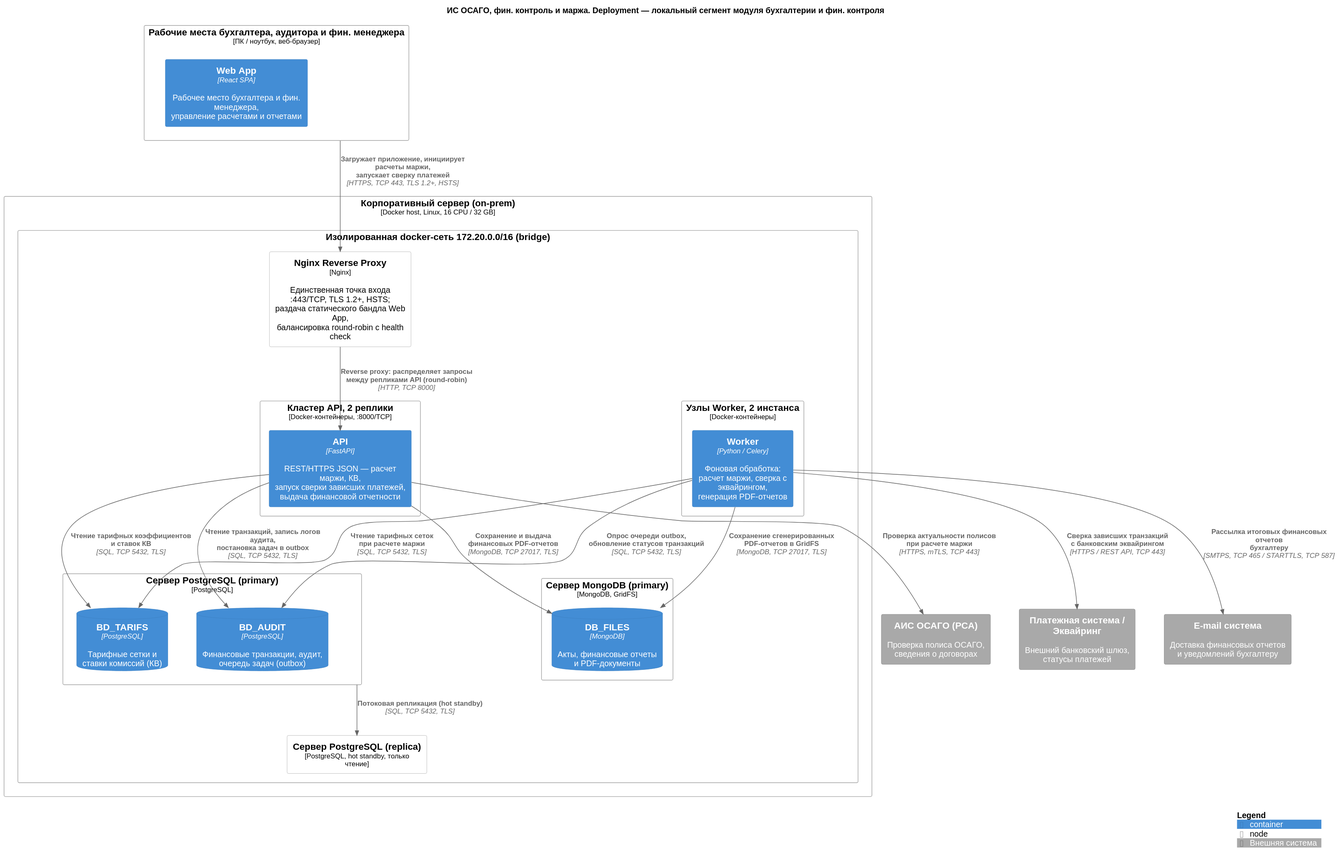
This is architecture/docs/images/uscov_worker/deployment.svg from ElectricLight-ELO/Insurance-system, a PlantUML export, as it was before one commit. Source of this version:
```plantuml
@startuml
!include ../core/C4_Deployment.puml

title ИС ОСАГО, фин. контроль и маржа. Deployment — локальный сегмент модуля бухгалтерии и фин. контроля

LAYOUT_TOP_DOWN()

Deployment_Node(workstation, "Рабочие места бухгалтера, аудитора и фин. менеджера", "ПК / ноутбук, веб-браузер") {
    Container(web_app, "Web App", "React SPA", "Рабочее место бухгалтера и фин. менеджера,\nуправление расчетами и отчетами")
}

Deployment_Node(server, "Корпоративный сервер (on-prem)", "Docker host, Linux, 16 CPU / 32 GB") {
    Deployment_Node(net, "Изолированная docker-сеть 172.20.0.0/16 (bridge)") {

        Deployment_Node(nginx_node, "Nginx Reverse Proxy", "Nginx", "Единственная точка входа :443/TCP, TLS 1.2+, HSTS;\nраздача статического бандла Web App,\nбалансировка round-robin с health check")

        Deployment_Node(api_cluster, "Кластер API, 2 реплики", "Docker-контейнеры, :8000/TCP") {
            Container(api, "API", "FastAPI", "REST/HTTPS JSON — расчет маржи, КВ,\nзапуск сверки зависших платежей,\nвыдача финансовой отчетности")
        }

        Deployment_Node(worker_cluster, "Узлы Worker, 2 инстанса", "Docker-контейнеры") {
            Container(worker, "Worker", "Python / Celery", "Фоновая обработка:\nрасчет маржи, сверка с эквайрингом,\nгенерация PDF-отчетов")
        }

        Deployment_Node(pg_primary, "Сервер PostgreSQL (primary)", "PostgreSQL") {
            ContainerDb(db_tarifs, "BD_TARIFS", "PostgreSQL", "Тарифные сетки и\nставки комиссий (КВ)")
            ContainerDb(db_audit, "BD_AUDIT", "PostgreSQL", "Финансовые транзакции, аудит,\nочередь задач (outbox)")
        }

        Deployment_Node(pg_replica, "Сервер PostgreSQL (replica)", "PostgreSQL, hot standby, только чтение")

        Deployment_Node(mongo_primary, "Сервер MongoDB (primary)", "MongoDB, GridFS") {
            ContainerDb(db_files, "DB_FILES", "MongoDB", "Акты, финансовые отчеты\nи PDF-документы")
        }
    }
}

System_Ext(ais_osago, "АИС ОСАГО (РСА)", "Проверка полиса ОСАГО,\nсведения о договорах", $tags="ext")
System_Ext(payment_sys, "Платежная система / Эквайринг", "Внешний банковский шлюз,\nстатусы платежей", $tags="ext")
System_Ext(email_sys, "E-mail система", "Доставка финансовых отчетов\nи уведомлений бухгалтеру", $tags="ext")

Rel(workstation, nginx_node, "Загружает приложение, инициирует расчеты маржи,\nзапускает сверку платежей", "HTTPS, TCP 443, TLS 1.2+, HSTS")
Rel(nginx_node, api, "Reverse proxy: распределяет запросы\nмежду репликами API (round-robin)", "HTTP, TCP 8000")

Rel(api, db_tarifs, "Чтение тарифных коэффициентов\nи ставок КВ", "SQL, TCP 5432, TLS")
Rel(api, db_audit, "Чтение транзакций, запись логов аудита,\nпостановка задач в outbox", "SQL, TCP 5432, TLS")
Rel(api, db_files, "Сохранение и выдача\nфинансовых PDF-отчетов", "MongoDB, TCP 27017, TLS")

Rel(worker, db_audit, "Опрос очереди outbox,\nобновление статусов транзакций", "SQL, TCP 5432, TLS")
Rel(worker, db_tarifs, "Чтение тарифных сеток\nпри расчете маржи", "SQL, TCP 5432, TLS")
Rel(worker, db_files, "Сохранение сгенерированных\nPDF-отчетов в GridFS", "MongoDB, TCP 27017, TLS")

Rel(pg_primary, pg_replica, "Потоковая репликация (hot standby)", "SQL, TCP 5432, TLS")

Rel(api, ais_osago, "Проверка актуальности полисов\nпри расчете маржи", "HTTPS, mTLS, TCP 443")
Rel(worker, payment_sys, "Сверка зависших транзакций\nс банковским эквайрингом", "HTTPS / REST API, TCP 443")
Rel(worker, email_sys, "Рассылка итоговых финансовых отчетов\nбухгалтеру", "SMTPS, TCP 465 / STARTTLS, TCP 587")

SHOW_LEGEND()
@enduml
```
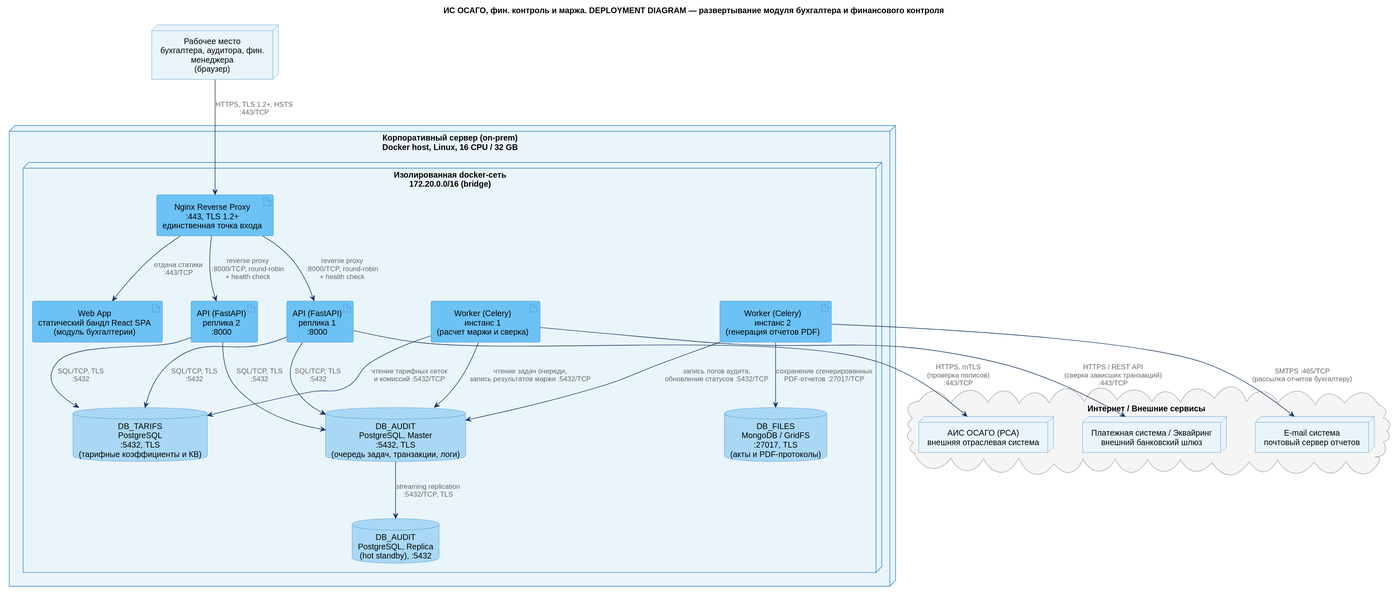
Above is the later version.

Commit message:
uscov_worker diagrams

Diff of the diagram source:
```diff
@@ -1,60 +1,70 @@
 @startuml
 !include ../core/C4_Deployment.puml
+!include ../core/deployment_style.puml
 
-title ИС ОСАГО, фин. контроль и маржа. Deployment — локальный сегмент модуля бухгалтерии и фин. контроля
+title ИС ОСАГО, фин. контроль и маржа. DEPLOYMENT DIAGRAM — развертывание модуля бухгалтера и финансового контроля
 
-LAYOUT_TOP_DOWN()
+node "Рабочее место\nбухгалтера, аудитора, фин. менеджера\n(браузер)" as workstation
 
-Deployment_Node(workstation, "Рабочие места бухгалтера, аудитора и фин. менеджера", "ПК / ноутбук, веб-браузер") {
-    Container(web_app, "Web App", "React SPA", "Рабочее место бухгалтера и фин. менеджера,\nуправление расчетами и отчетами")
+cloud "Интернет / Внешние сервисы" as internet {
+    node "Платежная система / Эквайринг\nвнешний банковский шлюз" as bank
+    node "АИС ОСАГО (РСА)\nвнешняя отраслевая система" as ais
+    node "E-mail система\nпочтовый сервер отчетов" as email
 }
 
-Deployment_Node(server, "Корпоративный сервер (on-prem)", "Docker host, Linux, 16 CPU / 32 GB") {
-    Deployment_Node(net, "Изолированная docker-сеть 172.20.0.0/16 (bridge)") {
 
-        Deployment_Node(nginx_node, "Nginx Reverse Proxy", "Nginx", "Единственная точка входа :443/TCP, TLS 1.2+, HSTS;\nраздача статического бандла Web App,\nбалансировка round-robin с health check")
+node "Корпоративный сервер (on-prem)\nDocker host, Linux, 16 CPU / 32 GB" as server {
 
-        Deployment_Node(api_cluster, "Кластер API, 2 реплики", "Docker-контейнеры, :8000/TCP") {
-            Container(api, "API", "FastAPI", "REST/HTTPS JSON — расчет маржи, КВ,\nзапуск сверки зависших платежей,\nвыдача финансовой отчетности")
-        }
+    node "Изолированная docker-сеть\n172.20.0.0/16 (bridge)" as net {
 
-        Deployment_Node(worker_cluster, "Узлы Worker, 2 инстанса", "Docker-контейнеры") {
-            Container(worker, "Worker", "Python / Celery", "Фоновая обработка:\nрасчет маржи, сверка с эквайрингом,\nгенерация PDF-отчетов")
-        }
+        artifact "Nginx Reverse Proxy\n:443, TLS 1.2+\nединственная точка входа" as nginx
 
-        Deployment_Node(pg_primary, "Сервер PostgreSQL (primary)", "PostgreSQL") {
-            ContainerDb(db_tarifs, "BD_TARIFS", "PostgreSQL", "Тарифные сетки и\nставки комиссий (КВ)")
-            ContainerDb(db_audit, "BD_AUDIT", "PostgreSQL", "Финансовые транзакции, аудит,\nочередь задач (outbox)")
-        }
+        artifact "Web App\nстатический бандл React SPA\n(модуль бухгалтерии)" as web_bundle
 
-        Deployment_Node(pg_replica, "Сервер PostgreSQL (replica)", "PostgreSQL, hot standby, только чтение")
+        artifact "API (FastAPI)\nреплика 1\n:8000" as api1
 
-        Deployment_Node(mongo_primary, "Сервер MongoDB (primary)", "MongoDB, GridFS") {
-            ContainerDb(db_files, "DB_FILES", "MongoDB", "Акты, финансовые отчеты\nи PDF-документы")
-        }
+        artifact "API (FastAPI)\nреплика 2\n:8000" as api2
+
+        artifact "Worker (Celery)\nинстанс 1\n(расчет маржи и сверка)" as worker1
+
+        artifact "Worker (Celery)\nинстанс 2\n(генерация отчетов PDF)" as worker2
+
+        database "DB_AUDIT\nPostgreSQL, Master\n:5432, TLS\n(очередь задач, транзакции, логи)" as pg_audit_master
+
+        database "DB_AUDIT\nPostgreSQL, Replica\n(hot standby), :5432" as pg_audit_replica
+
+        database "DB_TARIFS\nPostgreSQL\n:5432, TLS\n(тарифные коэффициенты и КВ)" as pg_tariffs
+
+        database "DB_FILES\nMongoDB / GridFS\n:27017, TLS\n(акты и PDF-протоколы)" as mongo_files
     }
 }
 
-System_Ext(ais_osago, "АИС ОСАГО (РСА)", "Проверка полиса ОСАГО,\nсведения о договорах", $tags="ext")
-System_Ext(payment_sys, "Платежная система / Эквайринг", "Внешний банковский шлюз,\nстатусы платежей", $tags="ext")
-System_Ext(email_sys, "E-mail система", "Доставка финансовых отчетов\nи уведомлений бухгалтеру", $tags="ext")
 
-Rel(workstation, nginx_node, "Загружает приложение, инициирует расчеты маржи,\nзапускает сверку платежей", "HTTPS, TCP 443, TLS 1.2+, HSTS")
-Rel(nginx_node, api, "Reverse proxy: распределяет запросы\nмежду репликами API (round-robin)", "HTTP, TCP 8000")
+workstation --> nginx : "HTTPS, TLS 1.2+, HSTS\n:443/TCP"
+nginx --> web_bundle : "отдача статики\n:443/TCP"
 
-Rel(api, db_tarifs, "Чтение тарифных коэффициентов\nи ставок КВ", "SQL, TCP 5432, TLS")
-Rel(api, db_audit, "Чтение транзакций, запись логов аудита,\nпостановка задач в outbox", "SQL, TCP 5432, TLS")
-Rel(api, db_files, "Сохранение и выдача\nфинансовых PDF-отчетов", "MongoDB, TCP 27017, TLS")
 
-Rel(worker, db_audit, "Опрос очереди outbox,\nобновление статусов транзакций", "SQL, TCP 5432, TLS")
-Rel(worker, db_tarifs, "Чтение тарифных сеток\nпри расчете маржи", "SQL, TCP 5432, TLS")
-Rel(worker, db_files, "Сохранение сгенерированных\nPDF-отчетов в GridFS", "MongoDB, TCP 27017, TLS")
+nginx --> api1 : "reverse proxy\n:8000/TCP, round-robin\n+ health check"
+nginx --> api2 : "reverse proxy\n:8000/TCP, round-robin\n+ health check"
 
-Rel(pg_primary, pg_replica, "Потоковая репликация (hot standby)", "SQL, TCP 5432, TLS")
 
-Rel(api, ais_osago, "Проверка актуальности полисов\nпри расчете маржи", "HTTPS, mTLS, TCP 443")
-Rel(worker, payment_sys, "Сверка зависших транзакций\nс банковским эквайрингом", "HTTPS / REST API, TCP 443")
-Rel(worker, email_sys, "Рассылка итоговых финансовых отчетов\nбухгалтеру", "SMTPS, TCP 465 / STARTTLS, TCP 587")
+api1 --> pg_audit_master : "SQL/TCP, TLS\n:5432"
+api2 --> pg_audit_master : "SQL/TCP, TLS\n:5432"
+api1 --> pg_tariffs : "SQL/TCP, TLS\n:5432"
+api2 --> pg_tariffs : "SQL/TCP, TLS\n:5432"
 
-SHOW_LEGEND()
+
+pg_audit_master --> pg_audit_replica : "streaming replication\n:5432/TCP, TLS"
+
+
+worker1 --> pg_audit_master : "чтение задач очереди,\nзапись результатов маржи :5432/TCP"
+worker2 --> pg_audit_master : "запись логов аудита,\nобновление статусов :5432/TCP"
+
+worker1 --> pg_tariffs : "чтение тарифных сеток\nи комиссий :5432/TCP"
+worker2 --> mongo_files : "сохранение сгенерированных\nPDF-отчетов :27017/TCP"
+
+
+worker1 --> bank : "HTTPS / REST API\n(сверка зависших транзакций)\n:443/TCP"
+api1 --> ais : "HTTPS, mTLS\n(проверка полисов)\n:443/TCP"
+worker2 --> email : "SMTPS :465/TCP\n(рассылка отчетов бухгалтеру)"
 @enduml
```
